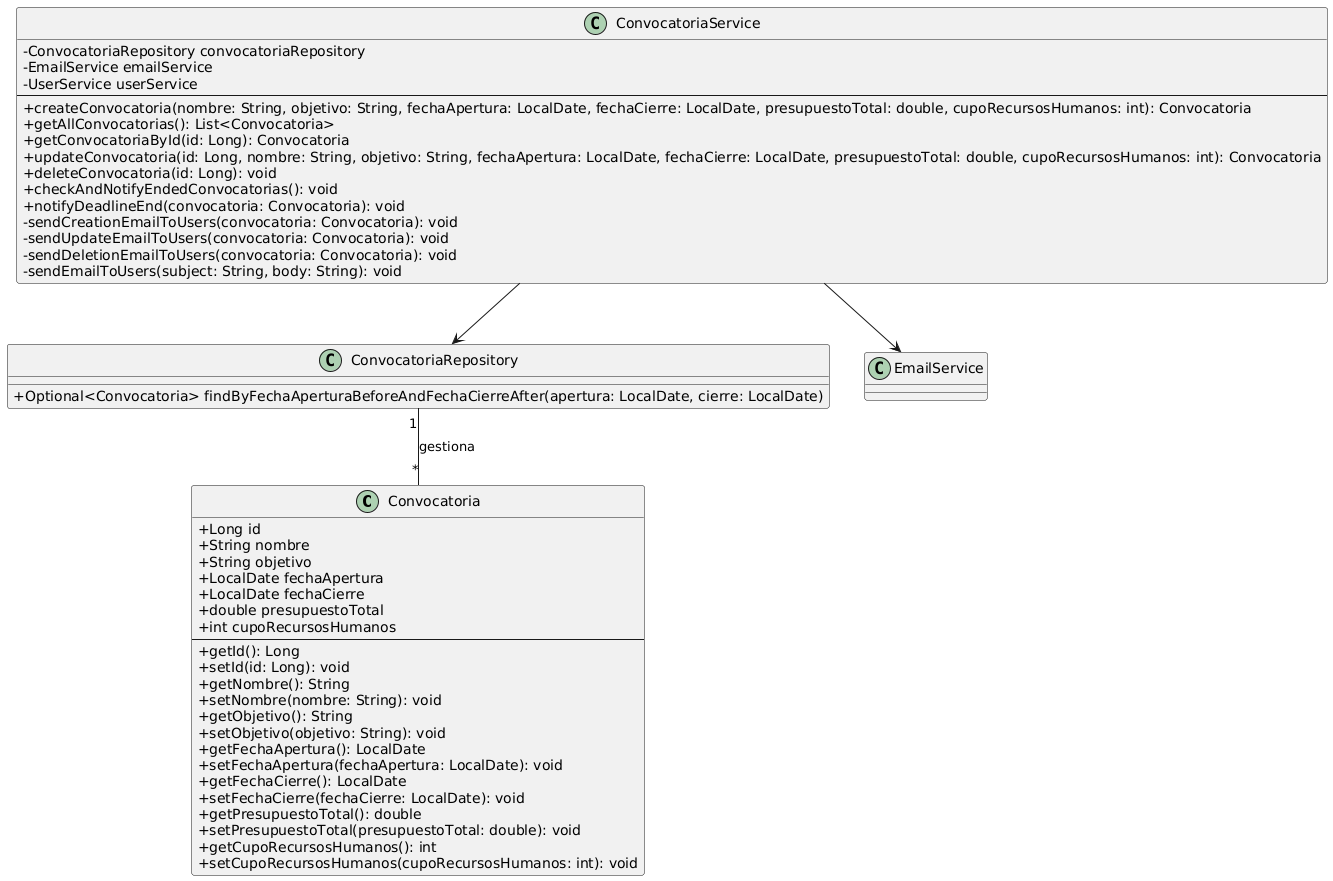
Above: src/main/img/ConvocatoriaUML.png in Joselucrom/iw2024-2025-UCAWEB (PlantUML), before the change.
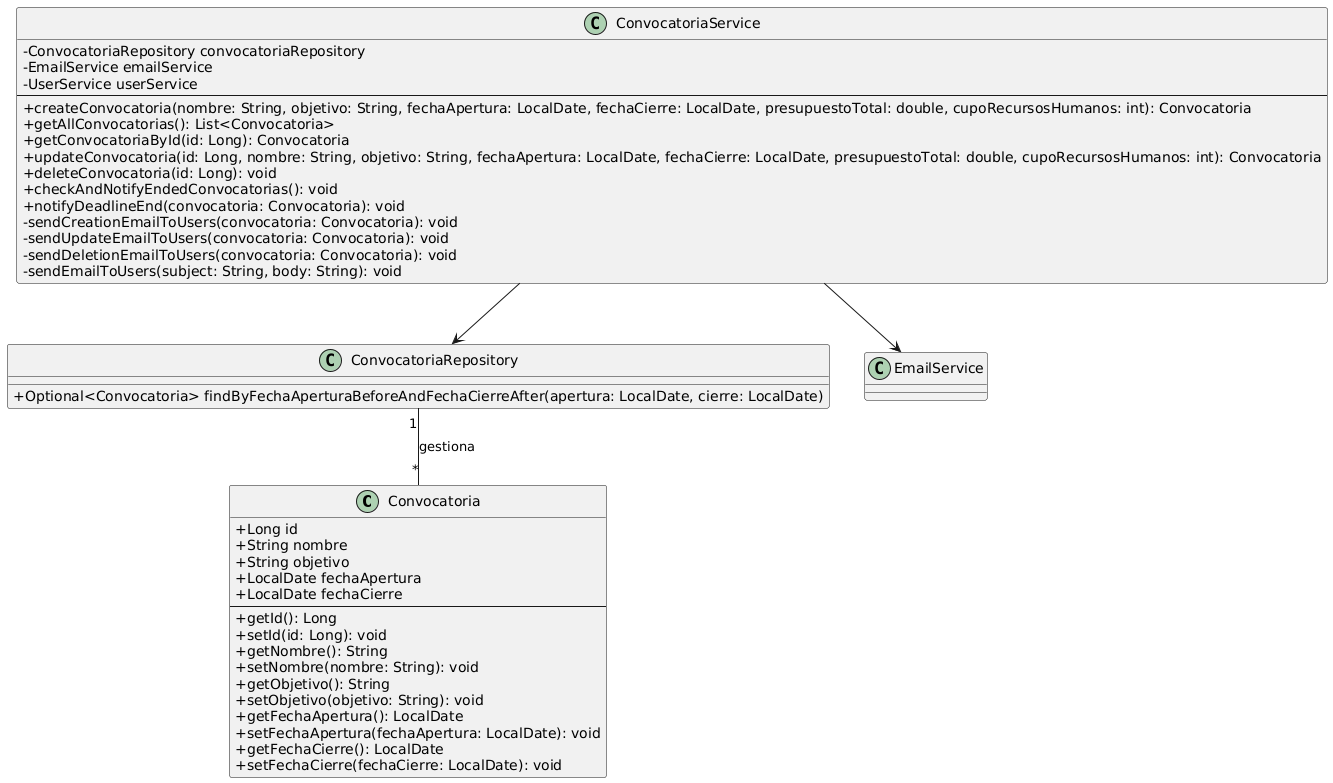
After the commit.

Commit message:
Ficheros UML

The edit, as a diff of the source:
```diff
@@ -7,8 +7,6 @@
     + String objetivo
     + LocalDate fechaApertura
     + LocalDate fechaCierre
-    + double presupuestoTotal
-    + int cupoRecursosHumanos
     --
     + getId(): Long
     + setId(id: Long): void
@@ -20,10 +18,6 @@
     + setFechaApertura(fechaApertura: LocalDate): void
     + getFechaCierre(): LocalDate
     + setFechaCierre(fechaCierre: LocalDate): void
-    + getPresupuestoTotal(): double
-    + setPresupuestoTotal(presupuestoTotal: double): void
-    + getCupoRecursosHumanos(): int
-    + setCupoRecursosHumanos(cupoRecursosHumanos: int): void
 }
 
 class ConvocatoriaRepository {
@@ -48,6 +42,7 @@
     - sendEmailToUsers(subject: String, body: String): void
 }
 
+
 ConvocatoriaService --> ConvocatoriaRepository
 ConvocatoriaService --> EmailService
 ConvocatoriaRepository "1" -- "*" Convocatoria : gestiona
```
